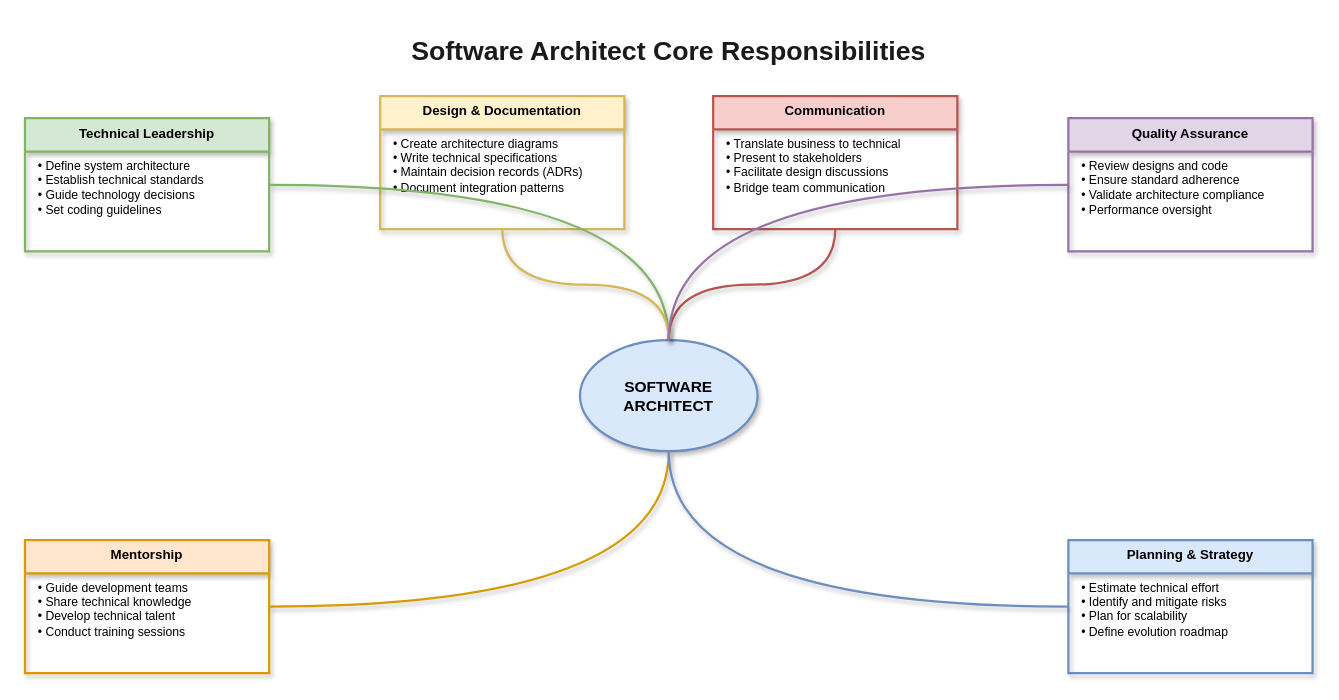
This is lesson-00-software-architect-overview/01-how-a-software-architect-works/1.1-core-responsibilities.drawio from MrParkerZ7/document-lesson-software-architect-x-claude, a draw.io file, before an edit. Source tidied: cells renumbered, new cells numbered last; positions are measured from the earlier drawing's top-left corner, leaving out a move shared by most shapes. Both pictures are drawn from the tidied source at 111%, with x=0, y=0 at pixel (24, 29).
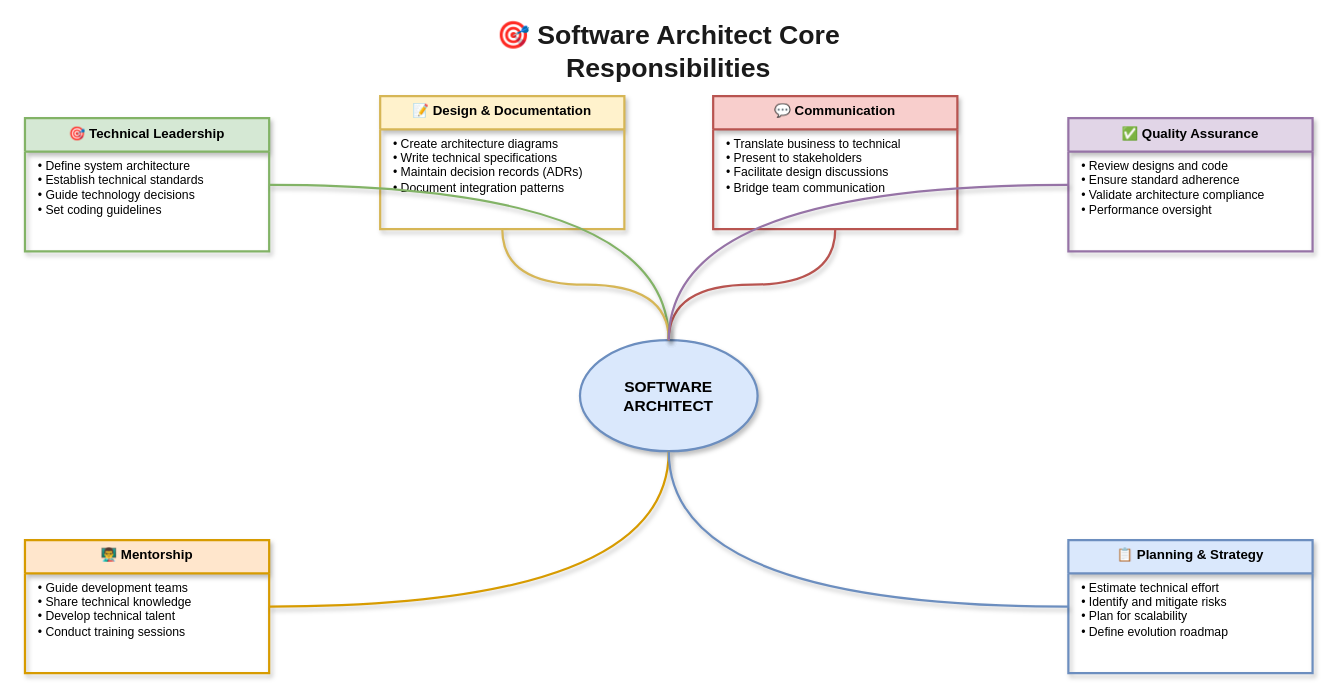
After the change.

Diff of the diagram source:
```diff
@@
-    <mxCell id="2" value="Software Architect Core Responsibilities" style="text;html=1;strokeColor=none;fillColor=none;align=center;verticalAlign=middle;whiteSpace=wrap;rounded=0;fontSize=24;fontStyle=1;fontColor=#1a1a1a;" parent="1" vertex="1">
+    <mxCell id="2" value="🎯 Software Architect Core Responsibilities" style="text;html=1;strokeColor=none;fillColor=none;align=center;verticalAlign=middle;whiteSpace=wrap;rounded=0;fontSize=24;fontStyle=1;fontColor=#1a1a1a;" parent="1" vertex="1">
       <mxGeometry x="330" width="500" height="40" as="geometry" />
     </mxCell>
@@
-    <mxCell id="4" value="Technical Leadership" style="swimlane;fontStyle=1;align=center;verticalAlign=top;horizontal=1;startSize=30;fillColor=#d5e8d4;strokeColor=#82b366;rounded=0;shadow=1;strokeWidth=2;" parent="1" vertex="1">
+    <mxCell id="4" value="🎯 Technical Leadership" style="swimlane;fontStyle=1;align=center;verticalAlign=top;horizontal=1;startSize=30;fillColor=#d5e8d4;strokeColor=#82b366;rounded=0;shadow=1;strokeWidth=2;" parent="1" vertex="1">
       <mxGeometry y="80" width="220" height="120" as="geometry" />
     </mxCell>
@@
-    <mxCell id="6" value="Design &amp; Documentation" style="swimlane;fontStyle=1;align=center;verticalAlign=top;horizontal=1;startSize=30;fillColor=#fff2cc;strokeColor=#d6b656;rounded=0;shadow=1;strokeWidth=2;" parent="1" vertex="1">
+    <mxCell id="6" value="📝 Design &amp; Documentation" style="swimlane;fontStyle=1;align=center;verticalAlign=top;horizontal=1;startSize=30;fillColor=#fff2cc;strokeColor=#d6b656;rounded=0;shadow=1;strokeWidth=2;" parent="1" vertex="1">
       <mxGeometry x="320" y="60" width="220" height="120" as="geometry" />
     </mxCell>
@@
-    <mxCell id="8" value="Communication" style="swimlane;fontStyle=1;align=center;verticalAlign=top;horizontal=1;startSize=30;fillColor=#f8cecc;strokeColor=#b85450;rounded=0;shadow=1;strokeWidth=2;" parent="1" vertex="1">
+    <mxCell id="8" value="💬 Communication" style="swimlane;fontStyle=1;align=center;verticalAlign=top;horizontal=1;startSize=30;fillColor=#f8cecc;strokeColor=#b85450;rounded=0;shadow=1;strokeWidth=2;" parent="1" vertex="1">
       <mxGeometry x="620" y="60" width="220" height="120" as="geometry" />
     </mxCell>
@@
-    <mxCell id="10" value="Quality Assurance" style="swimlane;fontStyle=1;align=center;verticalAlign=top;horizontal=1;startSize=30;fillColor=#e1d5e7;strokeColor=#9673a6;rounded=0;shadow=1;strokeWidth=2;" parent="1" vertex="1">
+    <mxCell id="10" value="✅ Quality Assurance" style="swimlane;fontStyle=1;align=center;verticalAlign=top;horizontal=1;startSize=30;fillColor=#e1d5e7;strokeColor=#9673a6;rounded=0;shadow=1;strokeWidth=2;" parent="1" vertex="1">
       <mxGeometry x="940" y="80" width="220" height="120" as="geometry" />
     </mxCell>
@@
-    <mxCell id="12" value="Mentorship" style="swimlane;fontStyle=1;align=center;verticalAlign=top;horizontal=1;startSize=30;fillColor=#ffe6cc;strokeColor=#d79b00;rounded=0;shadow=1;strokeWidth=2;" parent="1" vertex="1">
+    <mxCell id="12" value="👨‍🏫 Mentorship" style="swimlane;fontStyle=1;align=center;verticalAlign=top;horizontal=1;startSize=30;fillColor=#ffe6cc;strokeColor=#d79b00;rounded=0;shadow=1;strokeWidth=2;" parent="1" vertex="1">
       <mxGeometry y="460" width="220" height="120" as="geometry" />
     </mxCell>
@@
-    <mxCell id="14" value="Planning &amp; Strategy" style="swimlane;fontStyle=1;align=center;verticalAlign=top;horizontal=1;startSize=30;fillColor=#dae8fc;strokeColor=#6c8ebf;rounded=0;shadow=1;strokeWidth=2;" parent="1" vertex="1">
+    <mxCell id="14" value="📋 Planning &amp; Strategy" style="swimlane;fontStyle=1;align=center;verticalAlign=top;horizontal=1;startSize=30;fillColor=#dae8fc;strokeColor=#6c8ebf;rounded=0;shadow=1;strokeWidth=2;" parent="1" vertex="1">
       <mxGeometry x="940" y="460" width="220" height="120" as="geometry" />
     </mxCell>
```
